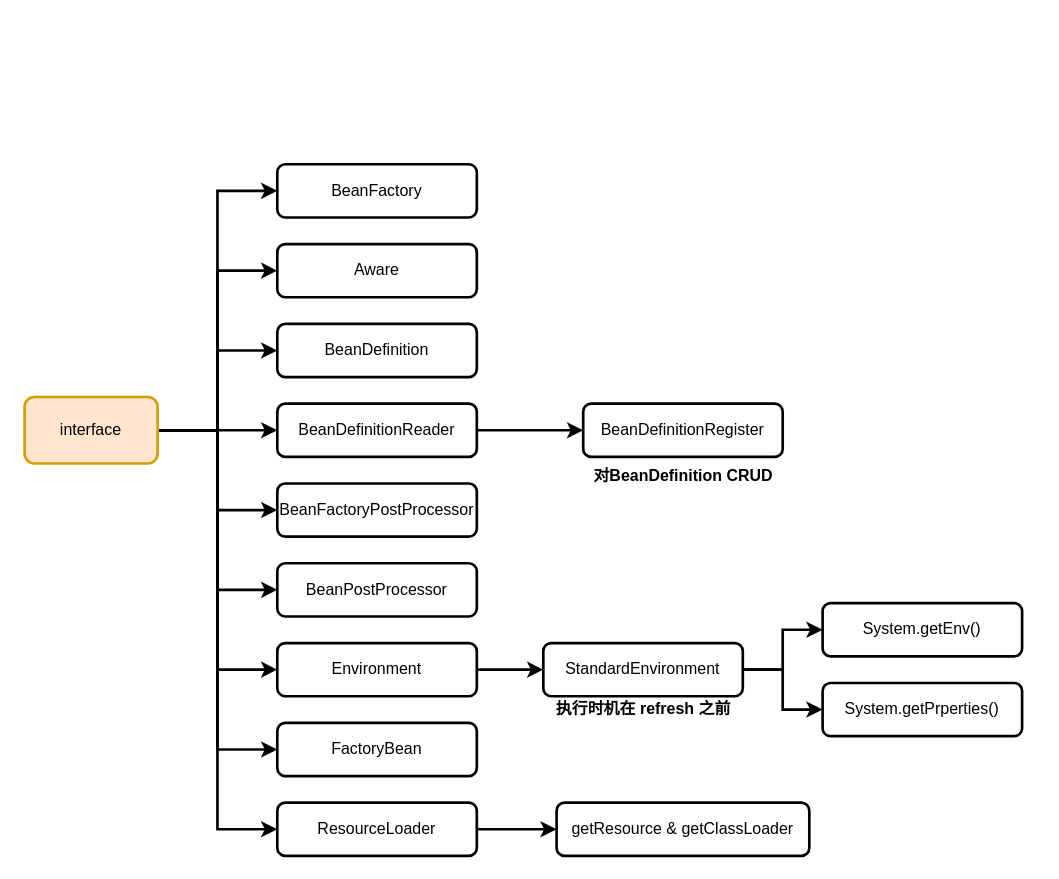
The draw.io diagram diagram/00.spring-interface.drawio in Alice52/spring-5.2.x, before the edit. Source tidied: cells renumbered, new cells numbered last; positions are measured from the earlier drawing's top-left corner, leaving out a move shared by most shapes. Both pictures are drawn from the tidied source at 133%, with x=0, y=0 at pixel (24, 164).
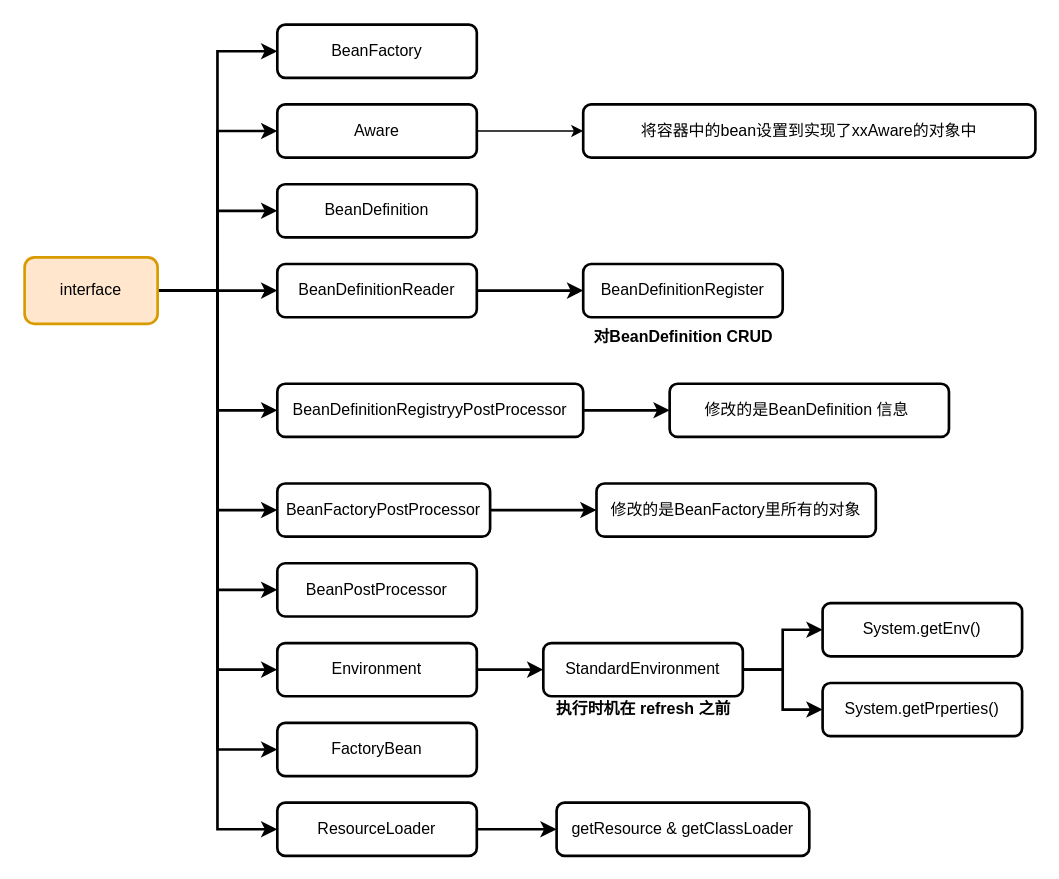
The same diagram, later.

Diff of the diagram source:
```diff
@@
+    <mxCell id="33" style="edgeStyle=orthogonalEdgeStyle;rounded=0;jettySize=auto;html=1;entryX=0;entryY=0.5;entryDx=0;entryDy=0;strokeWidth=2;" parent="1" edge="1" source="11" target="38">
+      <mxGeometry relative="1" as="geometry" />
+    </mxCell>
     <mxCell id="11" value="interface" style="rounded=1;whiteSpace=wrap;html=1;strokeWidth=2;fontStyle=0;fillColor=#ffe6cc;strokeColor=#d79b00;" parent="1" vertex="1">
-      <mxGeometry y="175" width="100" height="50" as="geometry" />
+      <mxGeometry y="70" width="100" height="50" as="geometry" />
     </mxCell>
     <mxCell id="12" value="BeanFactory" style="rounded=1;whiteSpace=wrap;html=1;strokeWidth=2;fontStyle=0;" parent="1" vertex="1">
-      <mxGeometry x="190" width="150" height="40" as="geometry" />
+      <mxGeometry x="190" y="-105" width="150" height="40" as="geometry" />
     </mxCell>
+    <mxCell id="34" style="edgeStyle=orthogonalEdgeStyle;rounded=0;jettySize=auto;html=1;" parent="1" edge="1" source="13" target="36">
+      <mxGeometry relative="1" as="geometry" />
+    </mxCell>
     <mxCell id="13" value="Aware" style="rounded=1;whiteSpace=wrap;html=1;strokeWidth=2;fontStyle=0;" parent="1" vertex="1">
-      <mxGeometry x="190" y="60" width="150" height="40" as="geometry" />
+      <mxGeometry x="190" y="-45" width="150" height="40" as="geometry" />
     </mxCell>
     <mxCell id="14" value="BeanDefinition" style="rounded=1;whiteSpace=wrap;html=1;strokeWidth=2;fontStyle=0;" parent="1" vertex="1">
-      <mxGeometry x="190" y="120" width="150" height="40" as="geometry" />
+      <mxGeometry x="190" y="15" width="150" height="40" as="geometry" />
     </mxCell>
@@
     <mxCell id="16" value="BeanDefinitionReader" style="rounded=1;whiteSpace=wrap;html=1;strokeWidth=2;fontStyle=0;" parent="1" vertex="1">
-      <mxGeometry x="190" y="180" width="150" height="40" as="geometry" />
+      <mxGeometry x="190" y="75" width="150" height="40" as="geometry" />
     </mxCell>
+    <mxCell id="35" style="edgeStyle=orthogonalEdgeStyle;rounded=0;jettySize=auto;html=1;strokeWidth=2;" parent="1" edge="1" source="17" target="39">
+      <mxGeometry relative="1" as="geometry" />
+    </mxCell>
     <mxCell id="17" value="BeanFactoryPostProcessor" style="rounded=1;whiteSpace=wrap;html=1;strokeWidth=2;fontStyle=0;" parent="1" vertex="1">
-      <mxGeometry x="190" y="240" width="150" height="40" as="geometry" />
+      <mxGeometry x="190" y="240" width="160" height="40" as="geometry" />
     </mxCell>
@@
     <mxCell id="28" value="BeanDefinitionRegister" style="rounded=1;whiteSpace=wrap;html=1;strokeWidth=2;fontStyle=0;" parent="1" vertex="1">
-      <mxGeometry x="420" y="180" width="150" height="40" as="geometry" />
+      <mxGeometry x="420" y="75" width="150" height="40" as="geometry" />
     </mxCell>
     <mxCell id="29" value="&lt;b&gt;对BeanDefinition CRUD&lt;/b&gt;" style="text;html=1;align=center;verticalAlign=middle;strokeColor=none;fontSize=12;" parent="1" vertex="1">
-      <mxGeometry x="420" y="225" width="150" height="20" as="geometry" />
+      <mxGeometry x="420" y="120" width="150" height="20" as="geometry" />
     </mxCell>
@@
+    <mxCell id="36" value="将容器中的bean设置到实现了xxAware的对象中" style="rounded=1;whiteSpace=wrap;html=1;strokeWidth=2;fontStyle=0;" parent="1" vertex="1">
+      <mxGeometry x="420" y="-45" width="340" height="40" as="geometry" />
+    </mxCell>
+    <mxCell id="37" style="edgeStyle=orthogonalEdgeStyle;rounded=0;jettySize=auto;html=1;entryX=0;entryY=0.5;entryDx=0;entryDy=0;strokeWidth=2;" parent="1" edge="1" source="38" target="40">
+      <mxGeometry relative="1" as="geometry" />
+    </mxCell>
+    <mxCell id="38" value="&lt;span style=&quot;font-family: &amp;#34;helvetica&amp;#34;&quot;&gt;BeanDefinitionRegistryyPostProcessor&lt;/span&gt;" style="rounded=1;whiteSpace=wrap;html=1;strokeWidth=2;fontStyle=0;" parent="1" vertex="1">
+      <mxGeometry x="190" y="165" width="230" height="40" as="geometry" />
+    </mxCell>
+    <mxCell id="39" value="修改的是BeanFactory里所有的对象" style="rounded=1;whiteSpace=wrap;html=1;strokeWidth=2;fontStyle=0;" parent="1" vertex="1">
+      <mxGeometry x="430" y="240" width="210" height="40" as="geometry" />
+    </mxCell>
+    <mxCell id="40" value="修改的是BeanDefinition 信息&amp;nbsp;" style="rounded=1;whiteSpace=wrap;html=1;strokeWidth=2;fontStyle=0;" parent="1" vertex="1">
+      <mxGeometry x="485" y="165" width="210" height="40" as="geometry" />
+    </mxCell>
```
